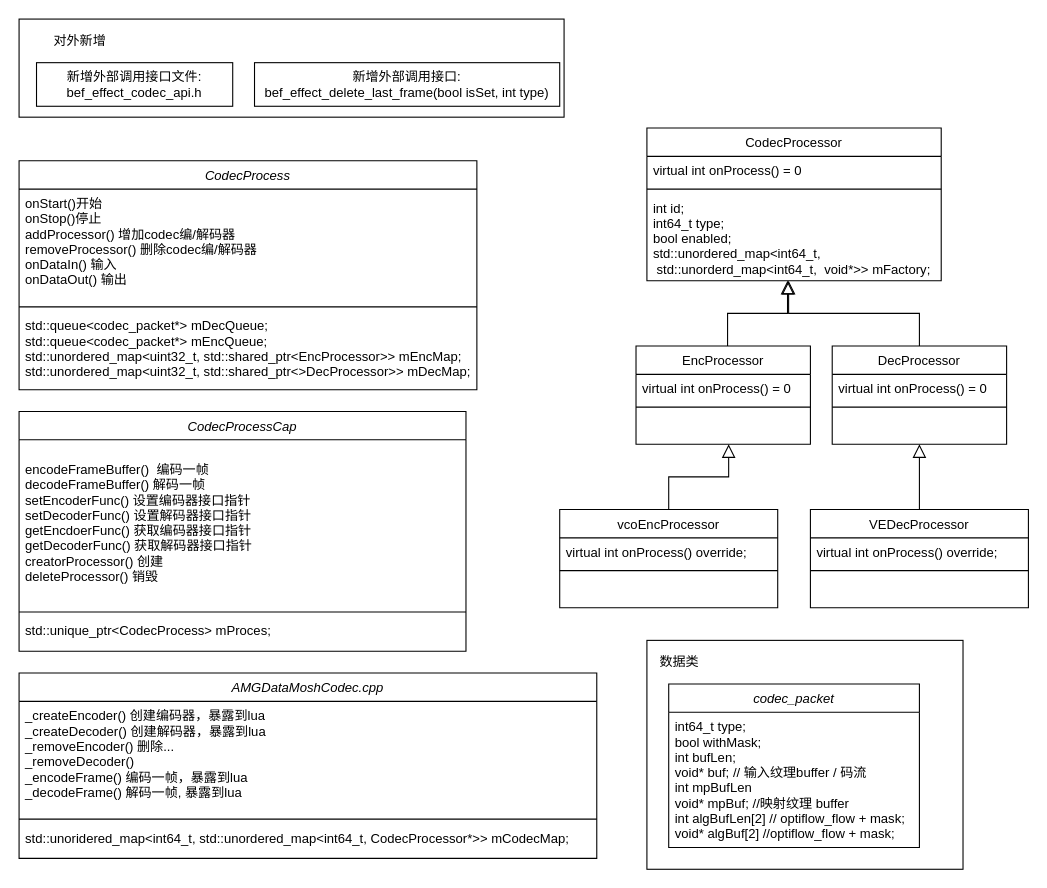
Earlier version of the draw.io diagram codec_class_design.drawio (brucechenssfireinthehole/diagrams). Source tidied: cells renumbered, new cells numbered last; positions are measured from the earlier drawing's top-left corner, leaving out a move shared by most shapes. Both pictures are drawn from the tidied source at 109%, with x=0, y=0 at pixel (19, 19).
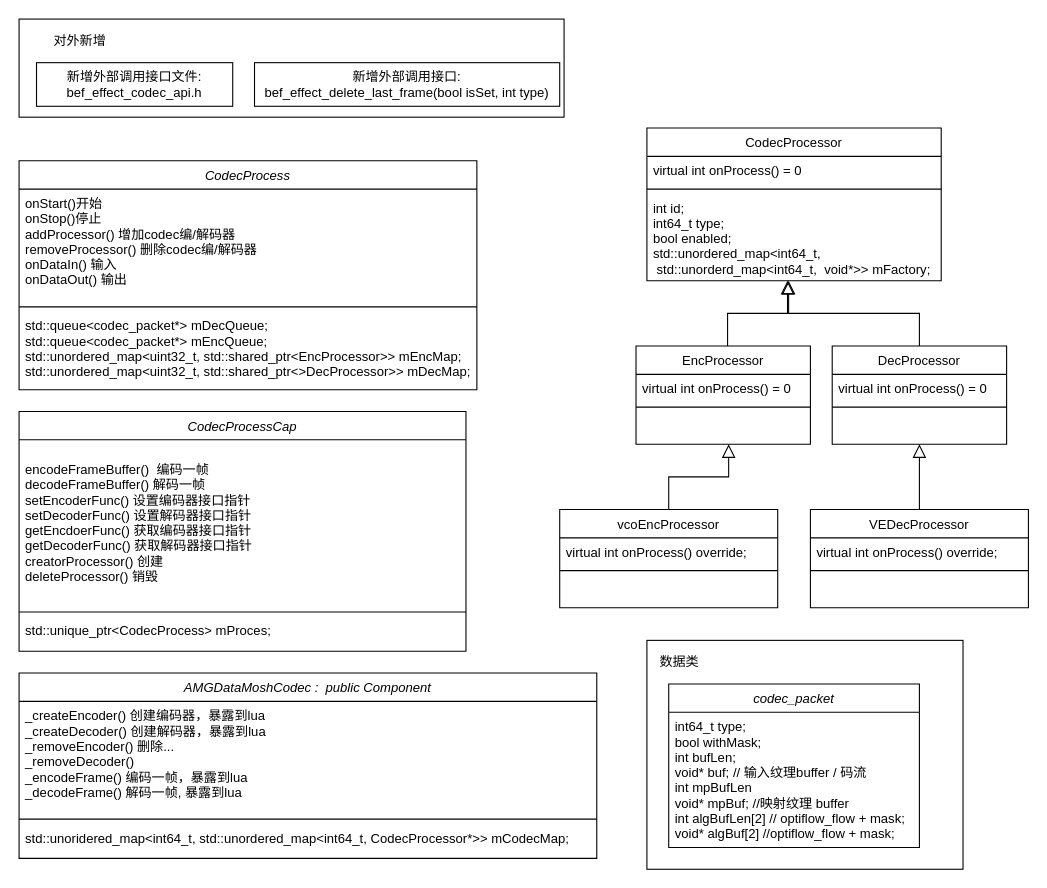
After the change.

What changed in the source:
```diff
@@
-    <mxCell id="38" value="AMGDataMoshCodec.cpp" style="swimlane;fontStyle=2;align=center;verticalAlign=top;horizontal=1;startSize=26;rounded=0;shadow=0;strokeWidth=1;" parent="1" vertex="1">
+    <mxCell id="38" value="AMGDataMoshCodec :  public Component" style="swimlane;fontStyle=2;align=center;verticalAlign=top;horizontal=1;startSize=26;rounded=0;shadow=0;strokeWidth=1;" parent="1" vertex="1">
       <mxGeometry y="600" width="530" height="170" as="geometry" />
     </mxCell>
```
